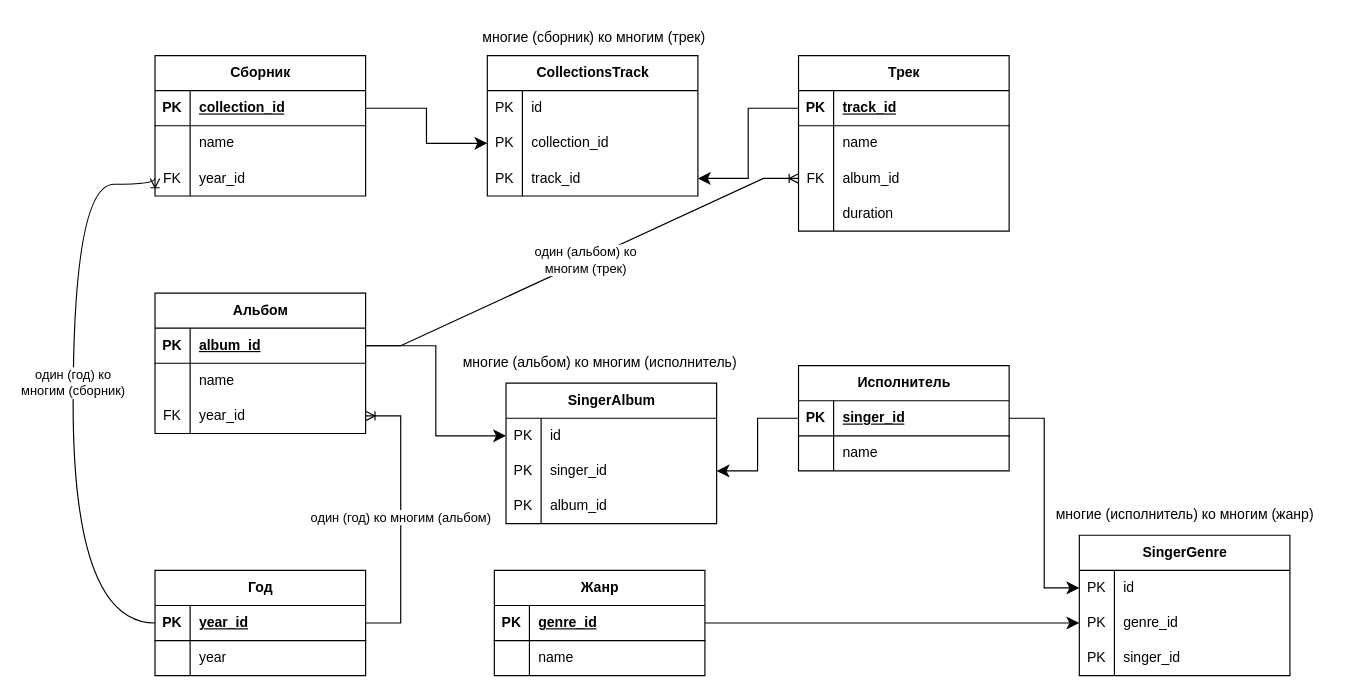
The draw.io diagram Схема БД.drawio in bag2000/netology-students, before the edit. Source tidied: cells renumbered, new cells numbered last; positions are measured from the earlier drawing's top-left corner, leaving out a move shared by most shapes. Both pictures are drawn from the tidied source at 117%, with x=0, y=0 at pixel (73, 20).
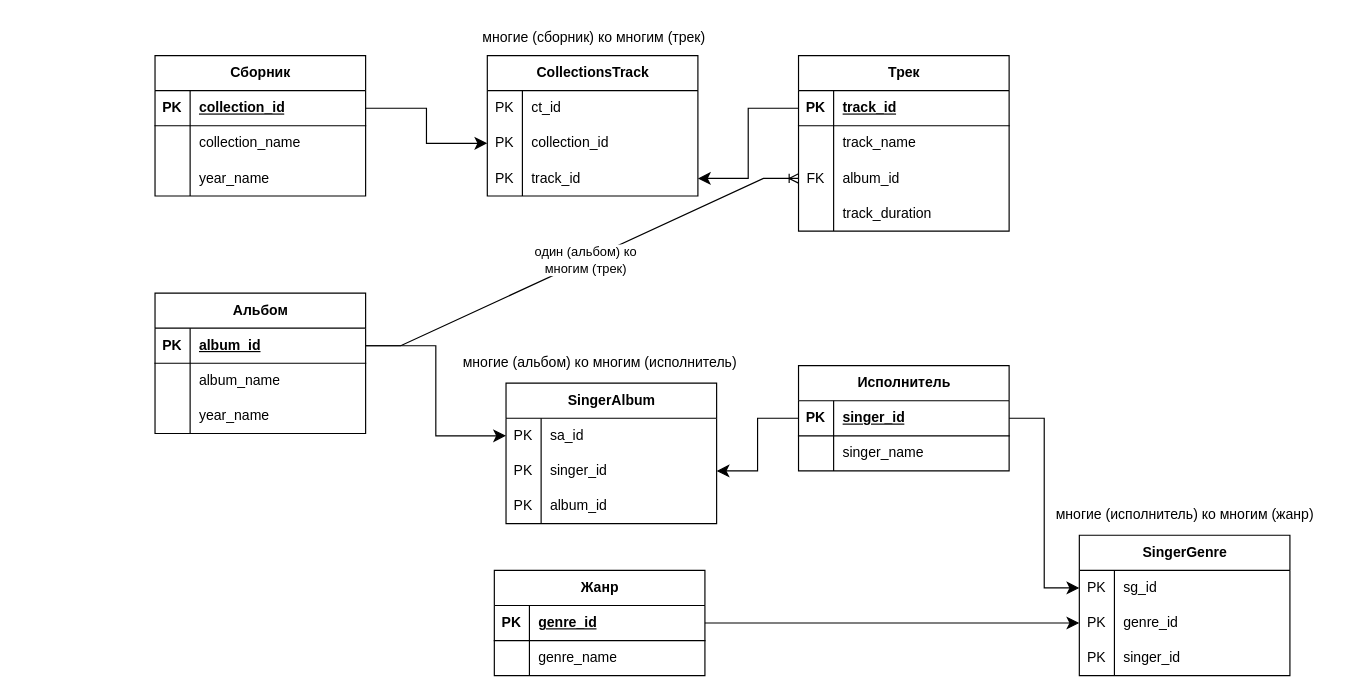
After the change.

Commit message (it also covers changes not shown here):
Удалена таблица year. Изменена схема бд

Unchanged cells that the change refers to:
```xml
<mxCell id="6" style="shape=tableRow;horizontal=0;startSize=0;swimlaneHead=0;swimlaneBody=0;fillColor=none;top=0;left=0;right=0;bottom=0;" parent="2" vertex="1">
  <mxGeometry y="60" width="180" height="30" as="geometry" />
</mxCell>
<mxCell id="12" style="shape=tableRow;horizontal=0;startSize=0;swimlaneHead=0;swimlaneBody=0;fillColor=none;top=0;left=0;right=0;bottom=0;" parent="2" vertex="1">
  <mxGeometry y="120" width="180" height="30" as="geometry" />
</mxCell>
<mxCell id="19" style="shape=tableRow;horizontal=0;startSize=0;swimlaneHead=0;swimlaneBody=0;fillColor=none;top=0;left=0;right=0;bottom=0;" parent="15" vertex="1">
  <mxGeometry y="60" width="180" height="30" as="geometry" />
</mxCell>
<mxCell id="22" style="shape=tableRow;horizontal=0;startSize=0;swimlaneHead=0;swimlaneBody=0;fillColor=none;points=[[0,0.5],[1,0.5]];portConstraint=eastwest;top=0;left=0;right=0;bottom=0;" parent="15" vertex="1">
  <mxGeometry y="90" width="180" height="30" as="geometry" />
</mxCell>
<mxCell id="29" style="shape=tableRow;horizontal=0;startSize=0;swimlaneHead=0;swimlaneBody=0;fillColor=none;top=0;left=0;right=0;bottom=0;" parent="25" vertex="1">
  <mxGeometry y="60" width="180" height="30" as="geometry" />
</mxCell>
<mxCell id="43" style="shape=tableRow;horizontal=0;startSize=0;swimlaneHead=0;swimlaneBody=0;fillColor=none;top=0;left=0;right=0;bottom=0;" parent="39" vertex="1">
  <mxGeometry y="60" width="180" height="30" as="geometry" />
</mxCell>
<mxCell id="54" style="shape=tableRow;horizontal=0;startSize=0;swimlaneHead=0;swimlaneBody=0;fillColor=none;top=0;left=0;right=0;bottom=0;" parent="50" vertex="1">
  <mxGeometry y="60" width="180" height="30" as="geometry" />
</mxCell>
<mxCell id="57" style="shape=tableRow;horizontal=0;startSize=0;swimlaneHead=0;swimlaneBody=0;fillColor=none;points=[[0,0.5],[1,0.5]];portConstraint=eastwest;top=0;left=0;right=0;bottom=0;" parent="50" vertex="1">
  <mxGeometry y="90" width="180" height="30" as="geometry" />
</mxCell>
<mxCell id="63" style="shape=tableRow;horizontal=0;startSize=0;swimlaneHead=0;swimlaneBody=0;fillColor=none;top=0;left=0;right=0;bottom=0;" parent="62" vertex="1">
  <mxGeometry y="30" width="180" height="30" as="geometry" />
</mxCell>
<mxCell id="74" style="shape=tableRow;horizontal=0;startSize=0;swimlaneHead=0;swimlaneBody=0;fillColor=none;points=[[0,0.5],[1,0.5]];portConstraint=eastwest;top=0;left=0;right=0;bottom=0;" parent="73" vertex="1">
  <mxGeometry y="30" width="180" height="30" as="geometry" />
</mxCell>
<mxCell id="89" style="shape=tableRow;horizontal=0;startSize=0;swimlaneHead=0;swimlaneBody=0;fillColor=none;points=[[0,0.5],[1,0.5]];portConstraint=eastwest;top=0;left=0;right=0;bottom=0;" parent="88" vertex="1">
  <mxGeometry y="30" width="180" height="30" as="geometry" />
</mxCell>
```

Diff of the diagram source:
```diff
@@
-    <mxCell id="8" value="name" style="shape=partialRectangle;fillColor=none;top=0;left=0;bottom=0;right=0;align=left;spacingLeft=6;overflow=hidden;whiteSpace=wrap;html=1;" parent="6" vertex="1">
+    <mxCell id="8" value="track_name" style="shape=partialRectangle;fillColor=none;top=0;left=0;bottom=0;right=0;align=left;spacingLeft=6;overflow=hidden;whiteSpace=wrap;html=1;" parent="6" vertex="1">
       <mxGeometry x="30" width="150" height="30" as="geometry" />
     </mxCell>
@@
-    <mxCell id="14" value="duration" style="shape=partialRectangle;fillColor=none;top=0;left=0;bottom=0;right=0;align=left;spacingLeft=6;overflow=hidden;whiteSpace=wrap;html=1;" parent="12" vertex="1">
+    <mxCell id="14" value="track_duration" style="shape=partialRectangle;fillColor=none;top=0;left=0;bottom=0;right=0;align=left;spacingLeft=6;overflow=hidden;whiteSpace=wrap;html=1;" parent="12" vertex="1">
       <mxGeometry x="30" width="150" height="30" as="geometry" />
     </mxCell>
@@
-    <mxCell id="21" value="name" style="shape=partialRectangle;fillColor=none;top=0;left=0;bottom=0;right=0;align=left;spacingLeft=6;overflow=hidden;whiteSpace=wrap;html=1;" parent="19" vertex="1">
+    <mxCell id="21" value="album_name" style="shape=partialRectangle;fillColor=none;top=0;left=0;bottom=0;right=0;align=left;spacingLeft=6;overflow=hidden;whiteSpace=wrap;html=1;" parent="19" vertex="1">
       <mxGeometry x="30" width="150" height="30" as="geometry" />
     </mxCell>
@@
-    <mxCell id="23" value="FK" style="shape=partialRectangle;fillColor=none;top=0;left=0;bottom=0;right=0;overflow=hidden;whiteSpace=wrap;html=1;" parent="22" vertex="1">
+    <mxCell id="23" style="shape=partialRectangle;fillColor=none;top=0;left=0;bottom=0;right=0;overflow=hidden;whiteSpace=wrap;html=1;" parent="22" vertex="1">
       <mxGeometry width="30" height="30" as="geometry" />
     </mxCell>
-    <mxCell id="24" value="year_id" style="shape=partialRectangle;fillColor=none;top=0;left=0;bottom=0;right=0;align=left;spacingLeft=6;overflow=hidden;whiteSpace=wrap;html=1;" parent="22" vertex="1">
+    <mxCell id="24" value="year_name" style="shape=partialRectangle;fillColor=none;top=0;left=0;bottom=0;right=0;align=left;spacingLeft=6;overflow=hidden;whiteSpace=wrap;html=1;" parent="22" vertex="1">
       <mxGeometry x="30" width="150" height="30" as="geometry" />
     </mxCell>
@@
-    <mxCell id="31" value="name" style="shape=partialRectangle;fillColor=none;top=0;left=0;bottom=0;right=0;align=left;spacingLeft=6;overflow=hidden;whiteSpace=wrap;html=1;" parent="29" vertex="1">
+    <mxCell id="31" value="singer_name" style="shape=partialRectangle;fillColor=none;top=0;left=0;bottom=0;right=0;align=left;spacingLeft=6;overflow=hidden;whiteSpace=wrap;html=1;" parent="29" vertex="1">
       <mxGeometry x="30" width="150" height="30" as="geometry" />
     </mxCell>
-    <mxCell id="32" value="Год" style="shape=table;startSize=30;childLayout=tableLayout;rowLines=0;fontStyle=1;align=center;html=1;" parent="1" vertex="1">
-      <mxGeometry x="70" y="470" width="180" height="90" as="geometry" />
-    </mxCell>
-    <mxCell id="33" style="shape=tableRow;horizontal=0;startSize=0;swimlaneHead=0;swimlaneBody=0;fillColor=none;points=[[0,0.5],[1,0.5]];portConstraint=eastwest;top=0;left=0;right=0;bottom=1;" parent="32" vertex="1">
-      <mxGeometry y="30" width="180" height="30" as="geometry" />
-    </mxCell>
-    <mxCell id="34" value="PK" style="shape=partialRectangle;fillColor=none;top=0;left=0;bottom=0;right=0;fontStyle=1;overflow=hidden;whiteSpace=wrap;html=1;" parent="33" vertex="1">
-      <mxGeometry width="30" height="30" as="geometry" />
-    </mxCell>
-    <mxCell id="35" value="year_id" style="shape=partialRectangle;fillColor=none;top=0;left=0;bottom=0;right=0;align=left;spacingLeft=6;fontStyle=5;overflow=hidden;whiteSpace=wrap;html=1;" parent="33" vertex="1">
-      <mxGeometry x="30" width="150" height="30" as="geometry" />
-    </mxCell>
-    <mxCell id="36" style="shape=tableRow;horizontal=0;startSize=0;swimlaneHead=0;swimlaneBody=0;fillColor=none;top=0;left=0;right=0;bottom=0;" parent="32" vertex="1">
-      <mxGeometry y="60" width="180" height="30" as="geometry" />
-    </mxCell>
-    <mxCell id="37" style="shape=partialRectangle;fillColor=none;top=0;left=0;bottom=0;right=0;overflow=hidden;whiteSpace=wrap;html=1;" parent="36" vertex="1">
-      <mxGeometry width="30" height="30" as="geometry" />
-    </mxCell>
-    <mxCell id="38" value="year" style="shape=partialRectangle;fillColor=none;top=0;left=0;bottom=0;right=0;align=left;spacingLeft=6;overflow=hidden;whiteSpace=wrap;html=1;" parent="36" vertex="1">
-      <mxGeometry x="30" width="150" height="30" as="geometry" />
-    </mxCell>
@@
-    <mxCell id="45" value="name" style="shape=partialRectangle;fillColor=none;top=0;left=0;bottom=0;right=0;align=left;spacingLeft=6;overflow=hidden;whiteSpace=wrap;html=1;" parent="43" vertex="1">
+    <mxCell id="45" value="genre_name" style="shape=partialRectangle;fillColor=none;top=0;left=0;bottom=0;right=0;align=left;spacingLeft=6;overflow=hidden;whiteSpace=wrap;html=1;" parent="43" vertex="1">
       <mxGeometry x="30" width="150" height="30" as="geometry" />
     </mxCell>
@@
-    <mxCell id="48" style="edgeStyle=entityRelationEdgeStyle;fontSize=12;html=1;endArrow=ERoneToMany;rounded=0;" parent="1" edge="1" source="33" target="22">
-      <mxGeometry relative="1" as="geometry" />
-    </mxCell>
-    <mxCell id="49" value="один (год) ко многим&amp;nbsp;(альбом)" style="edgeLabel;html=1;align=center;verticalAlign=middle;" parent="48" vertex="1">
-      <mxGeometry x="0.02" y="1" relative="1" as="geometry" />
-    </mxCell>
@@
-    <mxCell id="56" value="name" style="shape=partialRectangle;fillColor=none;top=0;left=0;bottom=0;right=0;align=left;spacingLeft=6;overflow=hidden;whiteSpace=wrap;html=1;" parent="54" vertex="1">
+    <mxCell id="56" value="collection_name" style="shape=partialRectangle;fillColor=none;top=0;left=0;bottom=0;right=0;align=left;spacingLeft=6;overflow=hidden;whiteSpace=wrap;html=1;" parent="54" vertex="1">
       <mxGeometry x="30" width="150" height="30" as="geometry" />
     </mxCell>
@@
-    <mxCell id="58" value="FK" style="shape=partialRectangle;fillColor=none;top=0;left=0;bottom=0;right=0;overflow=hidden;whiteSpace=wrap;html=1;" parent="57" vertex="1">
+    <mxCell id="58" style="shape=partialRectangle;fillColor=none;top=0;left=0;bottom=0;right=0;overflow=hidden;whiteSpace=wrap;html=1;" parent="57" vertex="1">
       <mxGeometry width="30" height="30" as="geometry" />
     </mxCell>
-    <mxCell id="59" value="year_id" style="shape=partialRectangle;fillColor=none;top=0;left=0;bottom=0;right=0;align=left;spacingLeft=6;overflow=hidden;whiteSpace=wrap;html=1;" parent="57" vertex="1">
+    <mxCell id="59" value="year_name" style="shape=partialRectangle;fillColor=none;top=0;left=0;bottom=0;right=0;align=left;spacingLeft=6;overflow=hidden;whiteSpace=wrap;html=1;" parent="57" vertex="1">
       <mxGeometry x="30" width="150" height="30" as="geometry" />
     </mxCell>
-    <mxCell id="60" style="edgeStyle=orthogonalEdgeStyle;fontSize=12;html=1;endArrow=ERoneToMany;rounded=0;exitX=0;exitY=0.5;exitDx=0;exitDy=0;entryX=0;entryY=0.5;entryDx=0;entryDy=0;curved=1;" parent="1" edge="1" source="33" target="57">
-      <mxGeometry relative="1" as="geometry">
-        <Array as="points">
-          <mxPoint y="515" />
-          <mxPoint y="140" />
-        </Array>
-      </mxGeometry>
-    </mxCell>
-    <mxCell id="61" value="один (год) ко &lt;br&gt;многим (сборник)" style="edgeLabel;html=1;align=center;verticalAlign=middle;" parent="60" vertex="1">
-      <mxGeometry x="0.06" y="1" relative="1" as="geometry" />
-    </mxCell>
@@
-    <mxCell id="65" value="id" style="shape=partialRectangle;fillColor=none;top=0;left=0;bottom=0;right=0;align=left;spacingLeft=6;overflow=hidden;whiteSpace=wrap;html=1;" parent="63" vertex="1">
+    <mxCell id="65" value="ct_id" style="shape=partialRectangle;fillColor=none;top=0;left=0;bottom=0;right=0;align=left;spacingLeft=6;overflow=hidden;whiteSpace=wrap;html=1;" parent="63" vertex="1">
       <mxGeometry x="30" width="150" height="30" as="geometry" />
     </mxCell>
@@
-    <mxCell id="76" value="id" style="shape=partialRectangle;fillColor=none;top=0;left=0;bottom=0;right=0;align=left;spacingLeft=6;overflow=hidden;whiteSpace=wrap;html=1;" parent="74" vertex="1">
+    <mxCell id="76" value="sa_id" style="shape=partialRectangle;fillColor=none;top=0;left=0;bottom=0;right=0;align=left;spacingLeft=6;overflow=hidden;whiteSpace=wrap;html=1;" parent="74" vertex="1">
       <mxGeometry x="30" width="150" height="30" as="geometry" />
     </mxCell>
@@
-    <mxCell id="91" value="id" style="shape=partialRectangle;fillColor=none;top=0;left=0;bottom=0;right=0;align=left;spacingLeft=6;overflow=hidden;whiteSpace=wrap;html=1;" parent="89" vertex="1">
+    <mxCell id="91" value="sg_id" style="shape=partialRectangle;fillColor=none;top=0;left=0;bottom=0;right=0;align=left;spacingLeft=6;overflow=hidden;whiteSpace=wrap;html=1;" parent="89" vertex="1">
       <mxGeometry x="30" width="150" height="30" as="geometry" />
     </mxCell>
```
